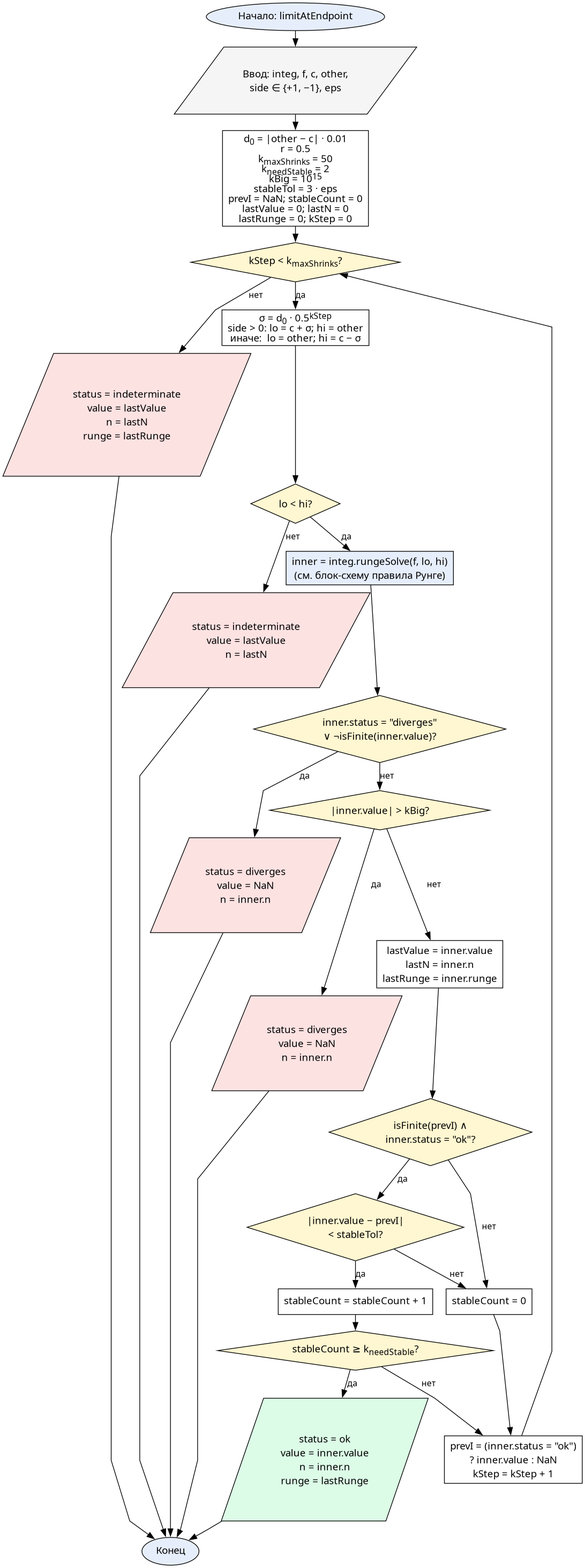
This is doc/resources/flowcharts/limit_at_endpoint.png from Oriptal/calc-math-lab2, a Graphviz export, as it was before one commit. Its source is kept beside it as doc/resources/flowcharts/limit_at_endpoint.dot.
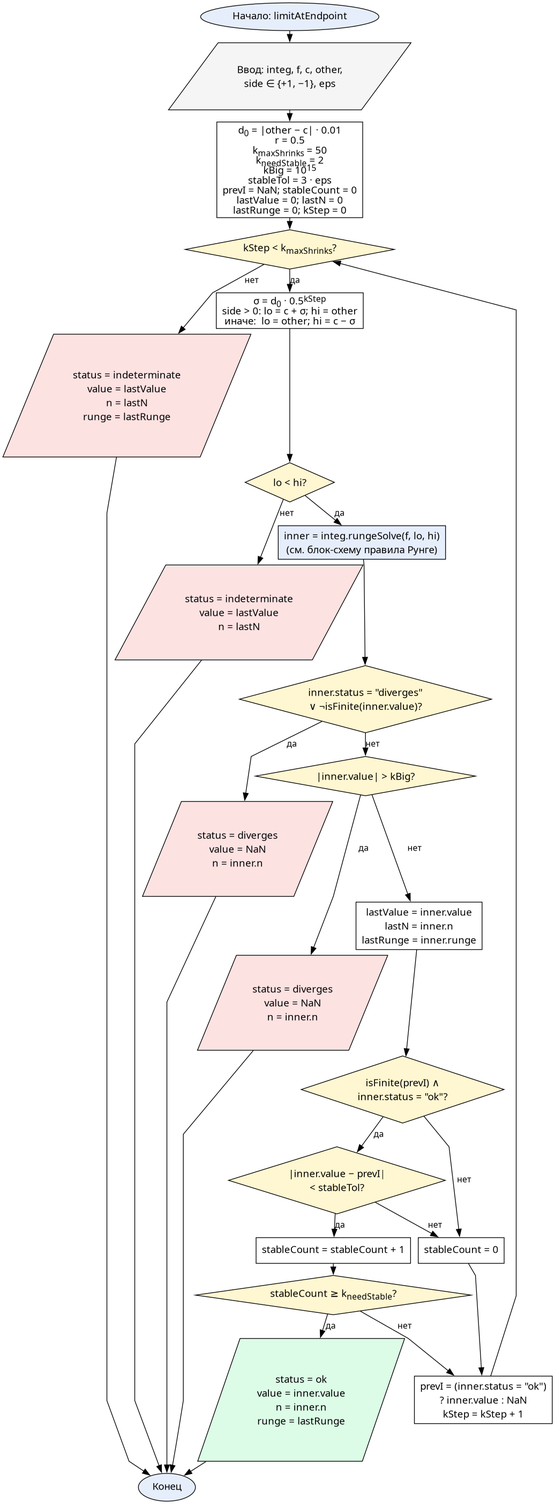
Above is the later version.

What changed in the source:
```diff
@@ -1,5 +1,5 @@
 digraph LimitAtEndpoint {
-  graph [fontname="CMU Serif", rankdir=TB, nodesep=0.25, ranksep=0.3, splines=polyline]
+  graph [fontname="CMU Serif", rankdir=TB, nodesep=0.15, ranksep=0.12, splines=polyline]
   node  [fontname="CMU Serif", fontsize=14, style="filled", fillcolor="#ffffff", color="#000000"]
   edge  [fontname="CMU Serif", fontsize=12, color="#000000"]
 
```
